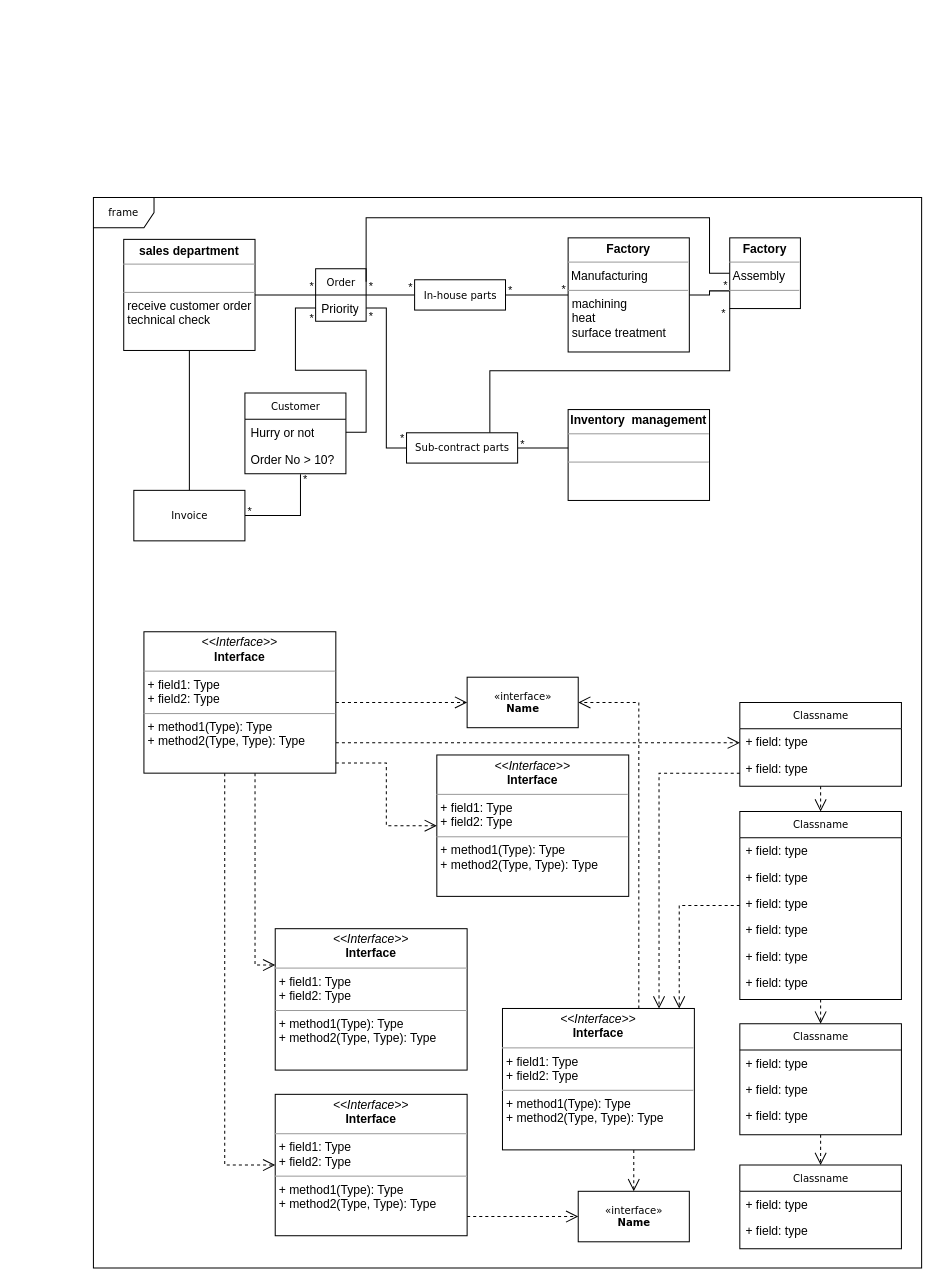
This is UML_practice.drawio from lemonci/CS464, a draw.io file, before an edit. Source tidied: cells renumbered, new cells numbered last; positions are measured from the earlier drawing's top-left corner, leaving out a move shared by most shapes. Both pictures are drawn from the tidied source at 101%, with x=0, y=0 at pixel (93, 197).
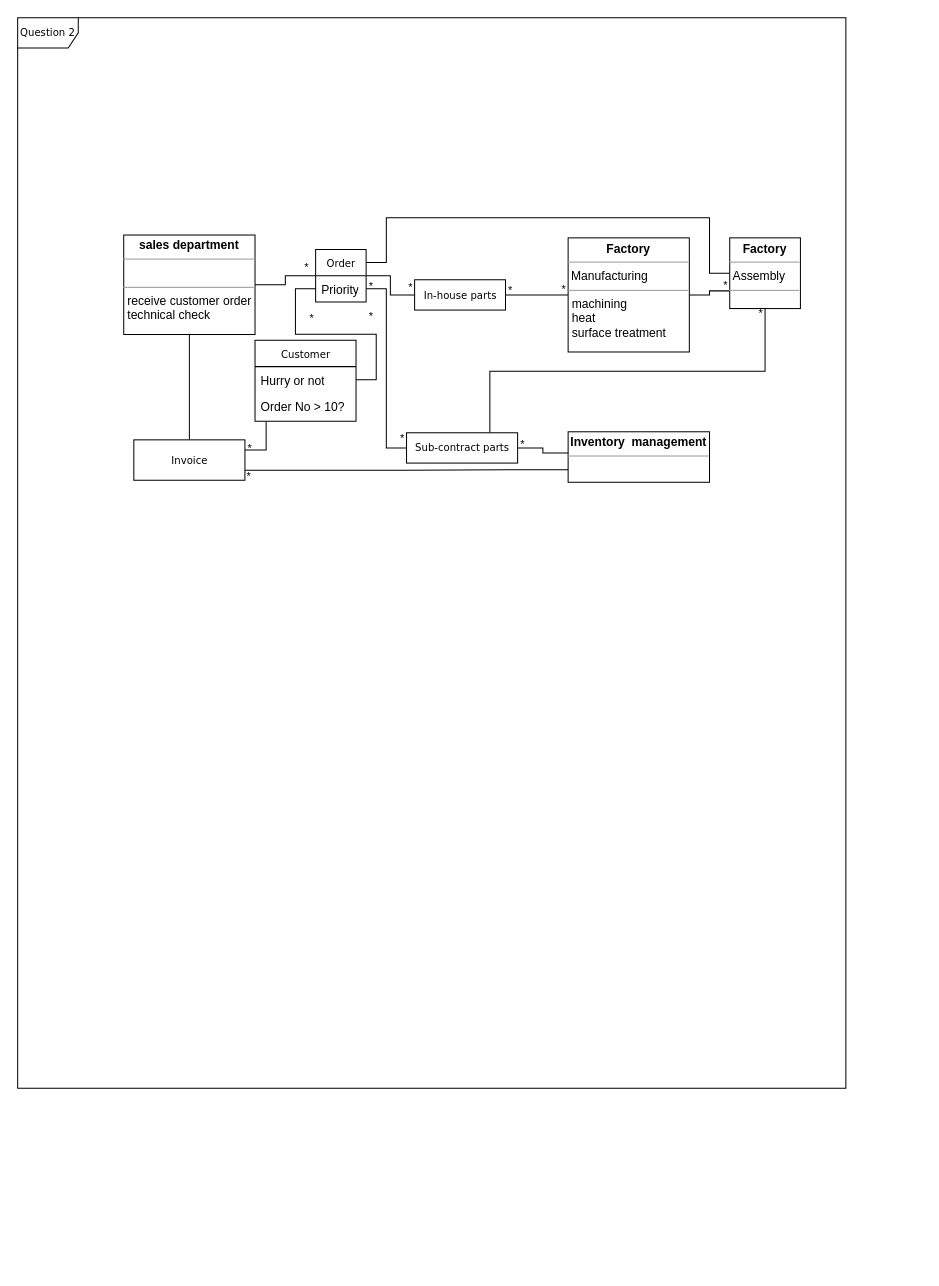
After the change.

Unchanged cells that the change refers to:
```xml
<mxCell id="19" value="Order No &amp;gt; 10?" style="text;html=1;strokeColor=none;fillColor=none;align=left;verticalAlign=top;spacingLeft=4;spacingRight=4;whiteSpace=wrap;overflow=hidden;points=[[0,0.5],[1,0.5]];portConstraint=eastwest;" parent="17" vertex="1">
  <mxGeometry y="52" width="100" height="26" as="geometry" />
</mxCell>
<mxCell id="56" value="&lt;p style=&quot;margin: 0px ; margin-top: 4px ; text-align: center&quot;&gt;&lt;b&gt;Factory&lt;br&gt;&lt;/b&gt;&lt;/p&gt;&lt;hr size=&quot;1&quot;&gt;&amp;nbsp;Assembly&lt;hr size=&quot;1&quot;&gt;" style="verticalAlign=top;align=left;overflow=fill;fontSize=12;fontFamily=Helvetica;html=1;rounded=0;shadow=0;comic=0;labelBackgroundColor=none;strokeWidth=1;" parent="1" vertex="1">
  <mxGeometry x="630" y="40" width="70" height="70" as="geometry" />
</mxCell>
<mxCell id="59" value="&lt;div&gt;Sub-contract parts&lt;/div&gt;" style="html=1;rounded=0;shadow=0;comic=0;labelBackgroundColor=none;strokeWidth=1;fontFamily=Verdana;fontSize=10;align=center;" parent="1" vertex="1">
  <mxGeometry x="310" y="233" width="110" height="30" as="geometry" />
</mxCell>
```

The edit, as a diff of the source:
```diff
@@
-    <mxCell id="2" value="frame" style="shape=umlFrame;whiteSpace=wrap;html=1;rounded=0;shadow=0;comic=0;labelBackgroundColor=none;strokeWidth=1;fontFamily=Verdana;fontSize=10;align=center;" parent="1" vertex="1">
-      <mxGeometry width="820" height="1060" as="geometry" />
+    <mxCell id="2" value="Question 2" style="shape=umlFrame;whiteSpace=wrap;html=1;rounded=0;shadow=0;comic=0;labelBackgroundColor=none;strokeWidth=1;fontFamily=Verdana;fontSize=10;align=center;" parent="1" vertex="1">
+      <mxGeometry x="-75" y="-178" width="820" height="1060" as="geometry" />
     </mxCell>
-    <mxCell id="3" style="edgeStyle=orthogonalEdgeStyle;rounded=0;html=1;dashed=1;labelBackgroundColor=none;startFill=0;endArrow=open;endFill=0;endSize=10;fontFamily=Verdana;fontSize=10;" parent="1" edge="1" source="5" target="35">
-      <mxGeometry relative="1" as="geometry">
-        <Array as="points">
-          <mxPoint x="580" y="701" />
-        </Array>
-      </mxGeometry>
-    </mxCell>
-    <mxCell id="4" style="edgeStyle=orthogonalEdgeStyle;rounded=0;html=1;dashed=1;labelBackgroundColor=none;startFill=0;endArrow=open;endFill=0;endSize=10;fontFamily=Verdana;fontSize=10;" parent="1" edge="1" source="5" target="24">
-      <mxGeometry relative="1" as="geometry" />
-    </mxCell>
-    <mxCell id="5" value="Classname" style="swimlane;html=1;fontStyle=0;horizontal=1;startSize=26;fillColor=none;swimlaneFillColor=#ffffff;rounded=0;shadow=0;comic=0;labelBackgroundColor=none;strokeWidth=1;fontFamily=Verdana;fontSize=10;align=center;" parent="1" vertex="1">
-      <mxGeometry x="640" y="608" width="160" height="186" as="geometry" />
-    </mxCell>
-    <mxCell id="6" value="+ field: type" style="text;html=1;strokeColor=none;fillColor=none;align=left;verticalAlign=top;spacingLeft=4;spacingRight=4;whiteSpace=wrap;overflow=hidden;" parent="5" vertex="1">
-      <mxGeometry y="26" width="160" height="26" as="geometry" />
-    </mxCell>
-    <mxCell id="7" value="+ field: type" style="text;html=1;strokeColor=none;fillColor=none;align=left;verticalAlign=top;spacingLeft=4;spacingRight=4;whiteSpace=wrap;overflow=hidden;" parent="5" vertex="1">
-      <mxGeometry y="52" width="160" height="26" as="geometry" />
-    </mxCell>
-    <mxCell id="8" value="+ field: type" style="text;html=1;strokeColor=none;fillColor=none;align=left;verticalAlign=top;spacingLeft=4;spacingRight=4;whiteSpace=wrap;overflow=hidden;" parent="5" vertex="1">
-      <mxGeometry y="78" width="160" height="26" as="geometry" />
-    </mxCell>
-    <mxCell id="9" value="+ field: type" style="text;html=1;strokeColor=none;fillColor=none;align=left;verticalAlign=top;spacingLeft=4;spacingRight=4;whiteSpace=wrap;overflow=hidden;" parent="5" vertex="1">
-      <mxGeometry y="104" width="160" height="26" as="geometry" />
-    </mxCell>
-    <mxCell id="10" value="+ field: type" style="text;html=1;strokeColor=none;fillColor=none;align=left;verticalAlign=top;spacingLeft=4;spacingRight=4;whiteSpace=wrap;overflow=hidden;" parent="5" vertex="1">
-      <mxGeometry y="130" width="160" height="26" as="geometry" />
-    </mxCell>
-    <mxCell id="11" value="+ field: type" style="text;html=1;strokeColor=none;fillColor=none;align=left;verticalAlign=top;spacingLeft=4;spacingRight=4;whiteSpace=wrap;overflow=hidden;" parent="5" vertex="1">
-      <mxGeometry y="156" width="160" height="26" as="geometry" />
-    </mxCell>
@@
     <mxCell id="14" style="edgeStyle=orthogonalEdgeStyle;rounded=0;jettySize=auto;html=1;exitX=1;exitY=0.25;exitDx=0;exitDy=0;entryX=0;entryY=0.5;entryDx=0;entryDy=0;endArrow=none;endFill=0;" parent="1" edge="1" source="15" target="56">
       <mxGeometry relative="1" as="geometry">
         <Array as="points">
-          <mxPoint x="270" y="20" />
+          <mxPoint x="290" y="65" />
+          <mxPoint x="290" y="20" />
           <mxPoint x="610" y="20" />
           <mxPoint x="610" y="75" />
         </Array>
       </mxGeometry>
     </mxCell>
     <mxCell id="15" value="&lt;div&gt;Order&lt;/div&gt;" style="swimlane;html=1;fontStyle=0;horizontal=1;startSize=26;fillColor=none;swimlaneFillColor=#ffffff;rounded=0;shadow=0;comic=0;labelBackgroundColor=none;strokeWidth=1;fontFamily=Verdana;fontSize=10;align=center;" parent="1" vertex="1">
-      <mxGeometry x="220" y="70.5" width="50" height="52" as="geometry" />
+      <mxGeometry x="220" y="51.5" width="50" height="52" as="geometry" />
     </mxCell>
@@
     <mxCell id="17" value="Customer" style="swimlane;html=1;fontStyle=0;horizontal=1;startSize=26;fillColor=none;swimlaneFillColor=#ffffff;rounded=0;shadow=0;comic=0;labelBackgroundColor=none;strokeWidth=1;fontFamily=Verdana;fontSize=10;align=center;" parent="1" vertex="1">
-      <mxGeometry x="150" y="193.5" width="100" height="80" as="geometry" />
+      <mxGeometry x="160" y="141.5" width="100" height="80" as="geometry" />
     </mxCell>
@@
-    <mxCell id="20" value="Classname" style="swimlane;html=1;fontStyle=0;horizontal=1;startSize=26;fillColor=none;swimlaneFillColor=#ffffff;rounded=0;shadow=0;comic=0;labelBackgroundColor=none;strokeWidth=1;fontFamily=Verdana;fontSize=10;align=center;" parent="1" vertex="1">
-      <mxGeometry x="640" y="958" width="160" height="83" as="geometry" />
-    </mxCell>
-    <mxCell id="21" value="+ field: type" style="text;html=1;strokeColor=none;fillColor=none;align=left;verticalAlign=top;spacingLeft=4;spacingRight=4;whiteSpace=wrap;overflow=hidden;" parent="20" vertex="1">
-      <mxGeometry y="26" width="160" height="26" as="geometry" />
-    </mxCell>
-    <mxCell id="22" value="+ field: type" style="text;html=1;strokeColor=none;fillColor=none;align=left;verticalAlign=top;spacingLeft=4;spacingRight=4;whiteSpace=wrap;overflow=hidden;" parent="20" vertex="1">
-      <mxGeometry y="52" width="160" height="26" as="geometry" />
-    </mxCell>
-    <mxCell id="23" style="edgeStyle=orthogonalEdgeStyle;rounded=0;html=1;dashed=1;labelBackgroundColor=none;startFill=0;endArrow=open;endFill=0;endSize=10;fontFamily=Verdana;fontSize=10;" parent="1" edge="1" source="24" target="20">
-      <mxGeometry relative="1" as="geometry" />
-    </mxCell>
-    <mxCell id="24" value="Classname" style="swimlane;html=1;fontStyle=0;horizontal=1;startSize=26;fillColor=none;swimlaneFillColor=#ffffff;rounded=0;shadow=0;comic=0;labelBackgroundColor=none;strokeWidth=1;fontFamily=Verdana;fontSize=10;align=center;" parent="1" vertex="1">
-      <mxGeometry x="640" y="818" width="160" height="110" as="geometry" />
-    </mxCell>
-    <mxCell id="25" value="+ field: type" style="text;html=1;strokeColor=none;fillColor=none;align=left;verticalAlign=top;spacingLeft=4;spacingRight=4;whiteSpace=wrap;overflow=hidden;" parent="24" vertex="1">
-      <mxGeometry y="26" width="160" height="26" as="geometry" />
-    </mxCell>
-    <mxCell id="26" value="+ field: type" style="text;html=1;strokeColor=none;fillColor=none;align=left;verticalAlign=top;spacingLeft=4;spacingRight=4;whiteSpace=wrap;overflow=hidden;" parent="24" vertex="1">
-      <mxGeometry y="52" width="160" height="26" as="geometry" />
-    </mxCell>
-    <mxCell id="27" value="+ field: type" style="text;html=1;strokeColor=none;fillColor=none;align=left;verticalAlign=top;spacingLeft=4;spacingRight=4;whiteSpace=wrap;overflow=hidden;" parent="24" vertex="1">
-      <mxGeometry y="78" width="160" height="26" as="geometry" />
-    </mxCell>
-    <mxCell id="28" style="edgeStyle=orthogonalEdgeStyle;rounded=0;html=1;dashed=1;labelBackgroundColor=none;startFill=0;endArrow=open;endFill=0;endSize=10;fontFamily=Verdana;fontSize=10;" parent="1" edge="1" source="29" target="5">
-      <mxGeometry relative="1" as="geometry" />
-    </mxCell>
-    <mxCell id="29" value="Classname" style="swimlane;html=1;fontStyle=0;horizontal=1;startSize=26;fillColor=none;swimlaneFillColor=#ffffff;rounded=0;shadow=0;comic=0;labelBackgroundColor=none;strokeWidth=1;fontFamily=Verdana;fontSize=10;align=center;" parent="1" vertex="1">
-      <mxGeometry x="640" y="500" width="160" height="83" as="geometry" />
-    </mxCell>
-    <mxCell id="30" value="+ field: type" style="text;html=1;strokeColor=none;fillColor=none;align=left;verticalAlign=top;spacingLeft=4;spacingRight=4;whiteSpace=wrap;overflow=hidden;" parent="29" vertex="1">
-      <mxGeometry y="26" width="160" height="26" as="geometry" />
-    </mxCell>
-    <mxCell id="31" value="+ field: type" style="text;html=1;strokeColor=none;fillColor=none;align=left;verticalAlign=top;spacingLeft=4;spacingRight=4;whiteSpace=wrap;overflow=hidden;" parent="29" vertex="1">
-      <mxGeometry y="52" width="160" height="26" as="geometry" />
-    </mxCell>
-    <mxCell id="32" value="&amp;laquo;interface&amp;raquo;&lt;br&gt;&lt;b&gt;Name&lt;/b&gt;" style="html=1;rounded=0;shadow=0;comic=0;labelBackgroundColor=none;strokeWidth=1;fontFamily=Verdana;fontSize=10;align=center;" parent="1" vertex="1">
-      <mxGeometry x="480" y="984" width="110" height="50" as="geometry" />
-    </mxCell>
-    <mxCell id="33" style="edgeStyle=orthogonalEdgeStyle;rounded=0;html=1;dashed=1;labelBackgroundColor=none;startFill=0;endArrow=open;endFill=0;endSize=10;fontFamily=Verdana;fontSize=10;" parent="1" edge="1" source="35" target="32">
-      <mxGeometry relative="1" as="geometry">
-        <Array as="points">
-          <mxPoint x="535" y="950" />
-          <mxPoint x="535" y="950" />
-        </Array>
-      </mxGeometry>
-    </mxCell>
-    <mxCell id="34" style="edgeStyle=orthogonalEdgeStyle;rounded=0;html=1;dashed=1;labelBackgroundColor=none;startFill=0;endArrow=open;endFill=0;endSize=10;fontFamily=Verdana;fontSize=10;" parent="1" edge="1" source="35" target="40">
-      <mxGeometry relative="1" as="geometry">
-        <Array as="points">
-          <mxPoint x="540" y="500" />
-        </Array>
-      </mxGeometry>
-    </mxCell>
-    <mxCell id="35" value="&lt;p style=&quot;margin:0px;margin-top:4px;text-align:center;&quot;&gt;&lt;i&gt;&amp;lt;&amp;lt;Interface&amp;gt;&amp;gt;&lt;/i&gt;&lt;br/&gt;&lt;b&gt;Interface&lt;/b&gt;&lt;/p&gt;&lt;hr size=&quot;1&quot;/&gt;&lt;p style=&quot;margin:0px;margin-left:4px;&quot;&gt;+ field1: Type&lt;br/&gt;+ field2: Type&lt;/p&gt;&lt;hr size=&quot;1&quot;/&gt;&lt;p style=&quot;margin:0px;margin-left:4px;&quot;&gt;+ method1(Type): Type&lt;br/&gt;+ method2(Type, Type): Type&lt;/p&gt;" style="verticalAlign=top;align=left;overflow=fill;fontSize=12;fontFamily=Helvetica;html=1;rounded=0;shadow=0;comic=0;labelBackgroundColor=none;strokeWidth=1;" parent="1" vertex="1">
-      <mxGeometry x="405" y="803" width="190" height="140" as="geometry" />
-    </mxCell>
-    <mxCell id="36" value="&lt;p style=&quot;margin:0px;margin-top:4px;text-align:center;&quot;&gt;&lt;i&gt;&amp;lt;&amp;lt;Interface&amp;gt;&amp;gt;&lt;/i&gt;&lt;br/&gt;&lt;b&gt;Interface&lt;/b&gt;&lt;/p&gt;&lt;hr size=&quot;1&quot;/&gt;&lt;p style=&quot;margin:0px;margin-left:4px;&quot;&gt;+ field1: Type&lt;br/&gt;+ field2: Type&lt;/p&gt;&lt;hr size=&quot;1&quot;/&gt;&lt;p style=&quot;margin:0px;margin-left:4px;&quot;&gt;+ method1(Type): Type&lt;br/&gt;+ method2(Type, Type): Type&lt;/p&gt;" style="verticalAlign=top;align=left;overflow=fill;fontSize=12;fontFamily=Helvetica;html=1;rounded=0;shadow=0;comic=0;labelBackgroundColor=none;strokeWidth=1;" parent="1" vertex="1">
-      <mxGeometry x="340" y="552" width="190" height="140" as="geometry" />
-    </mxCell>
-    <mxCell id="37" style="edgeStyle=orthogonalEdgeStyle;rounded=0;html=1;dashed=1;labelBackgroundColor=none;startFill=0;endArrow=open;endFill=0;endSize=10;fontFamily=Verdana;fontSize=10;" parent="1" edge="1" source="38" target="32">
-      <mxGeometry relative="1" as="geometry">
-        <Array as="points">
-          <mxPoint x="400" y="1009" />
-          <mxPoint x="400" y="1009" />
-        </Array>
-      </mxGeometry>
-    </mxCell>
-    <mxCell id="38" value="&lt;p style=&quot;margin:0px;margin-top:4px;text-align:center;&quot;&gt;&lt;i&gt;&amp;lt;&amp;lt;Interface&amp;gt;&amp;gt;&lt;/i&gt;&lt;br/&gt;&lt;b&gt;Interface&lt;/b&gt;&lt;/p&gt;&lt;hr size=&quot;1&quot;/&gt;&lt;p style=&quot;margin:0px;margin-left:4px;&quot;&gt;+ field1: Type&lt;br/&gt;+ field2: Type&lt;/p&gt;&lt;hr size=&quot;1&quot;/&gt;&lt;p style=&quot;margin:0px;margin-left:4px;&quot;&gt;+ method1(Type): Type&lt;br/&gt;+ method2(Type, Type): Type&lt;/p&gt;" style="verticalAlign=top;align=left;overflow=fill;fontSize=12;fontFamily=Helvetica;html=1;rounded=0;shadow=0;comic=0;labelBackgroundColor=none;strokeWidth=1;" parent="1" vertex="1">
-      <mxGeometry x="180" y="888" width="190" height="140" as="geometry" />
-    </mxCell>
-    <mxCell id="39" value="&lt;p style=&quot;margin:0px;margin-top:4px;text-align:center;&quot;&gt;&lt;i&gt;&amp;lt;&amp;lt;Interface&amp;gt;&amp;gt;&lt;/i&gt;&lt;br/&gt;&lt;b&gt;Interface&lt;/b&gt;&lt;/p&gt;&lt;hr size=&quot;1&quot;/&gt;&lt;p style=&quot;margin:0px;margin-left:4px;&quot;&gt;+ field1: Type&lt;br/&gt;+ field2: Type&lt;/p&gt;&lt;hr size=&quot;1&quot;/&gt;&lt;p style=&quot;margin:0px;margin-left:4px;&quot;&gt;+ method1(Type): Type&lt;br/&gt;+ method2(Type, Type): Type&lt;/p&gt;" style="verticalAlign=top;align=left;overflow=fill;fontSize=12;fontFamily=Helvetica;html=1;rounded=0;shadow=0;comic=0;labelBackgroundColor=none;strokeWidth=1;" parent="1" vertex="1">
-      <mxGeometry x="180" y="724" width="190" height="140" as="geometry" />
-    </mxCell>
-    <mxCell id="40" value="&amp;laquo;interface&amp;raquo;&lt;br&gt;&lt;b&gt;Name&lt;/b&gt;" style="html=1;rounded=0;shadow=0;comic=0;labelBackgroundColor=none;strokeWidth=1;fontFamily=Verdana;fontSize=10;align=center;" parent="1" vertex="1">
-      <mxGeometry x="370" y="475" width="110" height="50" as="geometry" />
-    </mxCell>
     <mxCell id="41" value="&lt;p style=&quot;margin: 0px ; margin-top: 4px ; text-align: center&quot;&gt;&lt;b&gt;Inventory&amp;nbsp; management&lt;/b&gt;&lt;/p&gt;&lt;hr size=&quot;1&quot;&gt;&lt;p style=&quot;margin: 0px ; margin-left: 4px&quot;&gt;&lt;br&gt;&lt;/p&gt;&lt;hr size=&quot;1&quot;&gt;" style="verticalAlign=top;align=left;overflow=fill;fontSize=12;fontFamily=Helvetica;html=1;rounded=0;shadow=0;comic=0;labelBackgroundColor=none;strokeWidth=1;" parent="1" vertex="1">
-      <mxGeometry x="470" y="210" width="140" height="90" as="geometry" />
+      <mxGeometry x="470" y="232" width="140" height="50" as="geometry" />
     </mxCell>
@@
     <mxCell id="48" value="&lt;p style=&quot;margin: 0px ; margin-top: 4px ; text-align: center&quot;&gt;&lt;b&gt;sales department&lt;/b&gt;&lt;/p&gt;&lt;hr size=&quot;1&quot;&gt;&lt;p style=&quot;margin: 0px ; margin-left: 4px&quot;&gt;&lt;br&gt;&lt;/p&gt;&lt;hr size=&quot;1&quot;&gt;&lt;p style=&quot;margin: 0px ; margin-left: 4px&quot;&gt;receive customer order&lt;/p&gt;&lt;p style=&quot;margin: 0px ; margin-left: 4px&quot;&gt;technical check&lt;br&gt;&lt;/p&gt;" style="verticalAlign=top;align=left;overflow=fill;fontSize=12;fontFamily=Helvetica;html=1;rounded=0;shadow=0;comic=0;labelBackgroundColor=none;strokeWidth=1;" parent="1" vertex="1">
-      <mxGeometry x="30" y="41.5" width="130" height="110" as="geometry" />
+      <mxGeometry x="30" y="37.2" width="130" height="98.5" as="geometry" />
     </mxCell>
-    <mxCell id="49" style="edgeStyle=orthogonalEdgeStyle;rounded=0;html=1;dashed=1;labelBackgroundColor=none;startFill=0;endArrow=open;endFill=0;endSize=10;fontFamily=Verdana;fontSize=10;" parent="1" edge="1" source="54" target="40">
-      <mxGeometry relative="1" as="geometry" />
-    </mxCell>
-    <mxCell id="50" style="edgeStyle=orthogonalEdgeStyle;rounded=0;html=1;dashed=1;labelBackgroundColor=none;startFill=0;endArrow=open;endFill=0;endSize=10;fontFamily=Verdana;fontSize=10;" parent="1" edge="1" source="54" target="36">
-      <mxGeometry relative="1" as="geometry">
-        <Array as="points">
-          <mxPoint x="290" y="560" />
-          <mxPoint x="290" y="622" />
-        </Array>
-      </mxGeometry>
-    </mxCell>
-    <mxCell id="51" style="edgeStyle=orthogonalEdgeStyle;rounded=0;html=1;dashed=1;labelBackgroundColor=none;startFill=0;endArrow=open;endFill=0;endSize=10;fontFamily=Verdana;fontSize=10;" parent="1" edge="1" source="54" target="29">
-      <mxGeometry relative="1" as="geometry">
-        <Array as="points">
-          <mxPoint x="340" y="540" />
-          <mxPoint x="340" y="540" />
-        </Array>
-      </mxGeometry>
-    </mxCell>
-    <mxCell id="52" style="edgeStyle=orthogonalEdgeStyle;rounded=0;html=1;dashed=1;labelBackgroundColor=none;startFill=0;endArrow=open;endFill=0;endSize=10;fontFamily=Verdana;fontSize=10;" parent="1" edge="1" source="54" target="39">
-      <mxGeometry relative="1" as="geometry">
-        <Array as="points">
-          <mxPoint x="160" y="760" />
-        </Array>
-      </mxGeometry>
-    </mxCell>
-    <mxCell id="53" style="edgeStyle=orthogonalEdgeStyle;rounded=0;html=1;dashed=1;labelBackgroundColor=none;startFill=0;endArrow=open;endFill=0;endSize=10;fontFamily=Verdana;fontSize=10;" parent="1" edge="1" source="54" target="38">
-      <mxGeometry relative="1" as="geometry">
-        <Array as="points">
-          <mxPoint x="130" y="958" />
-        </Array>
-      </mxGeometry>
-    </mxCell>
-    <mxCell id="54" value="&lt;p style=&quot;margin:0px;margin-top:4px;text-align:center;&quot;&gt;&lt;i&gt;&amp;lt;&amp;lt;Interface&amp;gt;&amp;gt;&lt;/i&gt;&lt;br/&gt;&lt;b&gt;Interface&lt;/b&gt;&lt;/p&gt;&lt;hr size=&quot;1&quot;/&gt;&lt;p style=&quot;margin:0px;margin-left:4px;&quot;&gt;+ field1: Type&lt;br/&gt;+ field2: Type&lt;/p&gt;&lt;hr size=&quot;1&quot;/&gt;&lt;p style=&quot;margin:0px;margin-left:4px;&quot;&gt;+ method1(Type): Type&lt;br/&gt;+ method2(Type, Type): Type&lt;/p&gt;" style="verticalAlign=top;align=left;overflow=fill;fontSize=12;fontFamily=Helvetica;html=1;rounded=0;shadow=0;comic=0;labelBackgroundColor=none;strokeWidth=1;" parent="1" vertex="1">
-      <mxGeometry x="50" y="430" width="190" height="140" as="geometry" />
-    </mxCell>
-    <mxCell id="55" style="edgeStyle=orthogonalEdgeStyle;rounded=0;html=1;dashed=1;labelBackgroundColor=none;startFill=0;endArrow=open;endFill=0;endSize=10;fontFamily=Verdana;fontSize=10;" parent="1" edge="1" source="29" target="35">
-      <mxGeometry relative="1" as="geometry">
-        <Array as="points">
-          <mxPoint x="560" y="570" />
-        </Array>
-      </mxGeometry>
-    </mxCell>
@@
     <mxCell id="58" style="edgeStyle=orthogonalEdgeStyle;rounded=0;jettySize=auto;html=1;exitX=0.75;exitY=0;exitDx=0;exitDy=0;entryX=0;entryY=1;entryDx=0;entryDy=0;endArrow=none;endFill=0;" parent="1" edge="1" source="59" target="56">
-      <mxGeometry relative="1" as="geometry" />
+      <mxGeometry relative="1" as="geometry">
+        <Array as="points">
+          <mxPoint x="393" y="172" />
+          <mxPoint x="665" y="172" />
+          <mxPoint x="665" y="110" />
+        </Array>
+      </mxGeometry>
     </mxCell>
@@
     <mxCell id="70" value="&amp;nbsp;&amp;nbsp;&amp;nbsp;&amp;nbsp; *" style="edgeLabel;html=1;align=center;verticalAlign=middle;strokeColor=none;labelBackgroundColor=none;" parent="1" vertex="1">
-      <mxGeometry x="615" y="114.5" as="geometry" />
+      <mxGeometry x="652" y="114.5" as="geometry" />
     </mxCell>
+    <mxCell id="76" style="edgeStyle=orthogonalEdgeStyle;rounded=0;jettySize=auto;html=1;exitX=1;exitY=0.75;exitDx=0;exitDy=0;entryX=0;entryY=0.75;entryDx=0;entryDy=0;endArrow=none;endFill=0;" parent="1" edge="1" source="72" target="41">
+      <mxGeometry relative="1" as="geometry" />
+    </mxCell>
-    <mxCell id="71" style="edgeStyle=none;rounded=0;jettySize=auto;html=1;exitX=1;exitY=0.5;exitDx=0;exitDy=0;entryX=0.55;entryY=1.096;entryDx=0;entryDy=0;entryPerimeter=0;endArrow=none;endFill=0;" parent="1" edge="1" source="72" target="19">
-      <mxGeometry relative="1" as="geometry">
-        <Array as="points">
-          <mxPoint x="205" y="315" />
-        </Array>
-      </mxGeometry>
+    <mxCell id="71" style="edgeStyle=orthogonalEdgeStyle;rounded=0;jettySize=auto;html=1;exitX=1;exitY=0.25;exitDx=0;exitDy=0;endArrow=none;endFill=0;entryX=0.11;entryY=1.096;entryDx=0;entryDy=0;entryPerimeter=0;" parent="1" edge="1" source="72" target="19">
+      <mxGeometry relative="1" as="geometry" />
     </mxCell>
     <mxCell id="72" value="&lt;div&gt;Invoice&lt;/div&gt;" style="html=1;rounded=0;shadow=0;comic=0;labelBackgroundColor=none;strokeWidth=1;fontFamily=Verdana;fontSize=10;align=center;" parent="1" vertex="1">
-      <mxGeometry x="40" y="290" width="110" height="50" as="geometry" />
+      <mxGeometry x="40" y="240" width="110" height="40" as="geometry" />
     </mxCell>
-    <mxCell id="73" value="&amp;nbsp;&amp;nbsp;&amp;nbsp;&amp;nbsp; *" style="edgeLabel;html=1;align=center;verticalAlign=middle;strokeColor=none;labelBackgroundColor=none;" parent="1" vertex="1">
-      <mxGeometry x="201" y="278.5" as="geometry" />
-    </mxCell>
     <mxCell id="74" value="&amp;nbsp;&amp;nbsp;&amp;nbsp;&amp;nbsp; *" style="edgeLabel;html=1;align=center;verticalAlign=middle;strokeColor=none;labelBackgroundColor=none;" parent="1" vertex="1">
-      <mxGeometry x="146" y="310.5" as="geometry" />
+      <mxGeometry x="146" y="248.5" as="geometry" />
     </mxCell>
@@
+    <mxCell id="73" value="&amp;nbsp;&amp;nbsp;&amp;nbsp;&amp;nbsp; *" style="edgeLabel;html=1;align=center;verticalAlign=middle;strokeColor=none;labelBackgroundColor=none;" parent="1" vertex="1">
+      <mxGeometry x="145" y="275.5" as="geometry" />
+    </mxCell>
```
